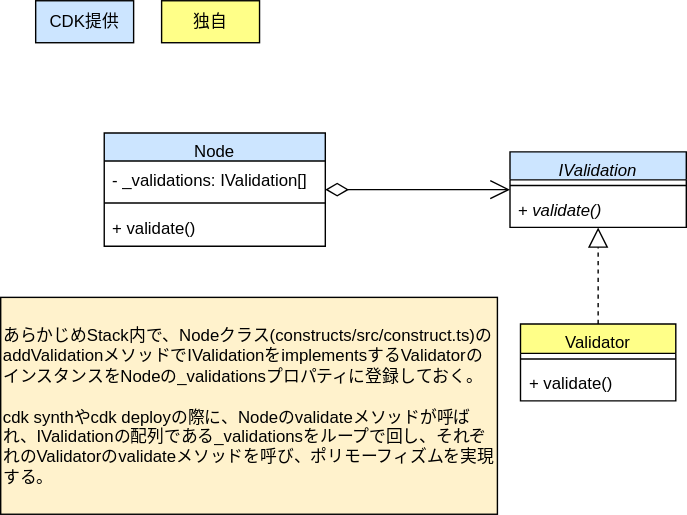
Above: drawio/strategy/strategy-cdk-simplified.drawio.svg in go-to-k/cdk-gof-design-pattern (draw.io), before the change. Source tidied: cells renumbered, new cells last; positions are measured from the earlier drawing's top-left corner, leaving out a move shared by most shapes. The source it was exported from:
```xml
<mxGraphModel background="#ffffff">
  <root>
    <mxCell id="0" />
    <mxCell id="1" parent="0" />
    <mxCell id="2" value="Validator" style="swimlane;fontStyle=0;align=center;verticalAlign=top;horizontal=1;startSize=21;rounded=0;shadow=0;strokeWidth=1;fillColor=#ffff88;strokeColor=#000000;fontColor=#000000;" parent="1" vertex="1">
      <mxGeometry x="371.5" y="231" width="111" height="55" as="geometry" />
    </mxCell>
    <mxCell id="3" style="line;html=1;strokeWidth=1;align=left;verticalAlign=middle;spacingTop=-1;spacingLeft=3;spacingRight=3;labelPosition=right;strokeColor=#000000;fontColor=#000000;" parent="2" vertex="1">
      <mxGeometry y="21" width="111" height="8" as="geometry" />
    </mxCell>
    <mxCell id="4" value="+ validate()" style="text;strokeColor=none;fillColor=none;align=left;verticalAlign=top;spacingLeft=4;spacingRight=4;overflow=hidden;whiteSpace=wrap;html=1;fontColor=#000000;" parent="2" vertex="1">
      <mxGeometry y="29" width="111" height="26" as="geometry" />
    </mxCell>
    <mxCell id="5" value="IValidation" style="swimlane;fontStyle=2;align=center;verticalAlign=top;horizontal=1;startSize=20;rounded=0;shadow=0;strokeWidth=1;fillColor=#cce5ff;strokeColor=#000000;fontColor=#000000;" parent="1" vertex="1">
      <mxGeometry x="364" y="108" width="126" height="54" as="geometry" />
    </mxCell>
    <mxCell id="6" style="line;html=1;strokeWidth=1;align=left;verticalAlign=middle;spacingTop=-1;spacingLeft=3;spacingRight=3;labelPosition=right;strokeColor=#000000;fontColor=#000000;" parent="5" vertex="1">
      <mxGeometry y="20" width="126" height="8" as="geometry" />
    </mxCell>
    <mxCell id="7" value="&lt;i&gt;+ validate()&lt;/i&gt;" style="text;strokeColor=none;fillColor=none;align=left;verticalAlign=top;spacingLeft=4;spacingRight=4;overflow=hidden;whiteSpace=wrap;html=1;fontColor=#000000;" parent="5" vertex="1">
      <mxGeometry y="28" width="126" height="26" as="geometry" />
    </mxCell>
    <mxCell id="8" style="endArrow=block;dashed=1;endFill=0;endSize=12;html=1;rounded=0;strokeColor=#000000;fontColor=#000000;labelBackgroundColor=none;" parent="1" edge="1" source="2" target="5">
      <mxGeometry relative="1" as="geometry" />
    </mxCell>
    <mxCell id="9" value="独自" style="rounded=0;whiteSpace=wrap;html=1;fillColor=#ffff88;strokeColor=#000000;fontColor=#000000;" parent="1" vertex="1">
      <mxGeometry x="115" width="70" height="30" as="geometry" />
    </mxCell>
    <mxCell id="10" value="CDK提供" style="rounded=0;whiteSpace=wrap;html=1;fillColor=#cce5ff;strokeColor=#000000;fontColor=#000000;" parent="1" vertex="1">
      <mxGeometry x="25" width="70" height="30" as="geometry" />
    </mxCell>
    <mxCell id="11" value="Node" style="swimlane;fontStyle=0;align=center;verticalAlign=top;horizontal=1;startSize=20;rounded=0;shadow=0;strokeWidth=1;fillColor=#cce5ff;strokeColor=#000000;fontColor=#000000;" parent="1" vertex="1">
      <mxGeometry x="74" y="94.5" width="158" height="81" as="geometry" />
    </mxCell>
    <mxCell id="12" value="-&amp;nbsp;_validations: IValidation[]" style="text;strokeColor=none;fillColor=none;align=left;verticalAlign=top;spacingLeft=4;spacingRight=4;overflow=hidden;whiteSpace=wrap;html=1;fontColor=#000000;" parent="11" vertex="1">
      <mxGeometry y="20" width="158" height="26" as="geometry" />
    </mxCell>
    <mxCell id="13" style="line;html=1;strokeWidth=1;align=left;verticalAlign=middle;spacingTop=-1;spacingLeft=3;spacingRight=3;labelPosition=right;strokeColor=#000000;fontColor=#000000;" parent="11" vertex="1">
      <mxGeometry y="46" width="158" height="8" as="geometry" />
    </mxCell>
    <mxCell id="14" value="+&amp;nbsp;validate()" style="text;strokeColor=none;fillColor=none;align=left;verticalAlign=top;spacingLeft=4;spacingRight=4;overflow=hidden;whiteSpace=wrap;html=1;fontColor=#000000;" parent="11" vertex="1">
      <mxGeometry y="54" width="158" height="26" as="geometry" />
    </mxCell>
    <mxCell id="15" style="endArrow=open;html=1;endSize=12;startArrow=diamondThin;startSize=14;startFill=0;edgeStyle=orthogonalEdgeStyle;align=left;verticalAlign=bottom;rounded=0;strokeColor=#000000;fontColor=#000000;labelBackgroundColor=none;" parent="1" edge="1" source="11" target="5">
      <mxGeometry relative="1" as="geometry" />
    </mxCell>
    <mxCell id="16" value="&lt;div style=&quot;&quot;&gt;&lt;/div&gt;あらかじめStack内で、Nodeクラス(constructs/src/construct.ts)のaddValidationメソッドでIValidationをimplementsするValidatorのインスタンスをNodeの_validationsプロパティに登録しておく。&lt;br&gt;&lt;br&gt;cdk synthやcdk deployの際に、Nodeのvalidateメソッドが呼ばれ、IValidationの配列である_validationsをループで回し、それぞれのValidatorのvalidateメソッドを呼び、ポリモーフィズムを実現する。" style="text;html=1;strokeColor=#000000;fillColor=#fff2cc;align=left;verticalAlign=middle;whiteSpace=wrap;rounded=0;fontColor=#000000;" parent="1" vertex="1">
      <mxGeometry y="212" width="355" height="155" as="geometry" />
    </mxCell>
  </root>
</mxGraphModel>
```
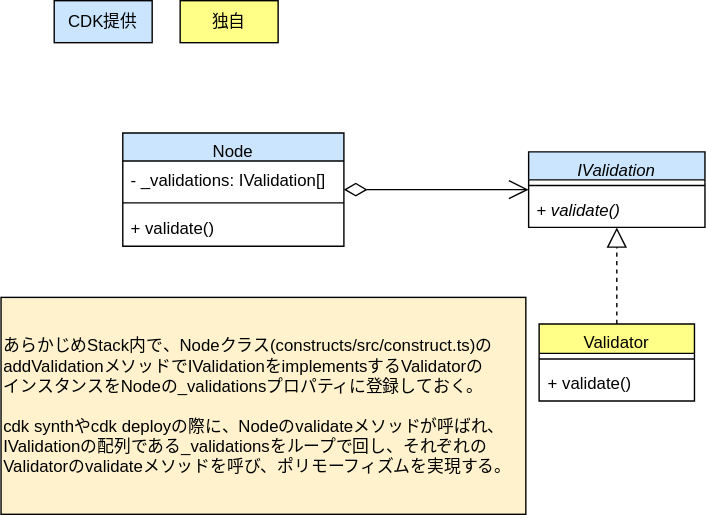
The same diagram one commit later.

Change to the diagram source:
```diff
@@ -44,8 +44,8 @@
     <mxCell id="15" style="endArrow=open;html=1;endSize=12;startArrow=diamondThin;startSize=14;startFill=0;edgeStyle=orthogonalEdgeStyle;align=left;verticalAlign=bottom;rounded=0;strokeColor=#000000;fontColor=#000000;labelBackgroundColor=none;" parent="1" edge="1" source="11" target="5">
       <mxGeometry relative="1" as="geometry" />
     </mxCell>
-    <mxCell id="16" value="&lt;div style=&quot;&quot;&gt;&lt;/div&gt;あらかじめStack内で、Nodeクラス(constructs/src/construct.ts)のaddValidationメソッドでIValidationをimplementsするValidatorのインスタンスをNodeの_validationsプロパティに登録しておく。&lt;br&gt;&lt;br&gt;cdk synthやcdk deployの際に、Nodeのvalidateメソッドが呼ばれ、IValidationの配列である_validationsをループで回し、それぞれのValidatorのvalidateメソッドを呼び、ポリモーフィズムを実現する。" style="text;html=1;strokeColor=#000000;fillColor=#fff2cc;align=left;verticalAlign=middle;whiteSpace=wrap;rounded=0;fontColor=#000000;" parent="1" vertex="1">
-      <mxGeometry y="212" width="355" height="155" as="geometry" />
+    <mxCell id="16" value="&lt;div style=&quot;&quot;&gt;&lt;/div&gt;あらかじめStack内で、Nodeクラス(constructs/src/construct.ts)のaddValidationメソッドでIValidationをimplementsするValidatorの&lt;br&gt;インスタンスをNodeの_validationsプロパティに登録しておく。&lt;br&gt;&lt;br&gt;cdk synthやcdk deployの際に、Nodeのvalidateメソッドが呼ばれ、IValidationの配列である_validationsをループで回し、それぞれのValidatorのvalidateメソッドを呼び、ポリモーフィズムを実現する。" style="text;html=1;strokeColor=#000000;fillColor=#fff2cc;align=left;verticalAlign=middle;whiteSpace=wrap;rounded=0;fontColor=#000000;" parent="1" vertex="1">
+      <mxGeometry x="-13" y="212" width="375" height="155" as="geometry" />
     </mxCell>
   </root>
 </mxGraphModel>
```
